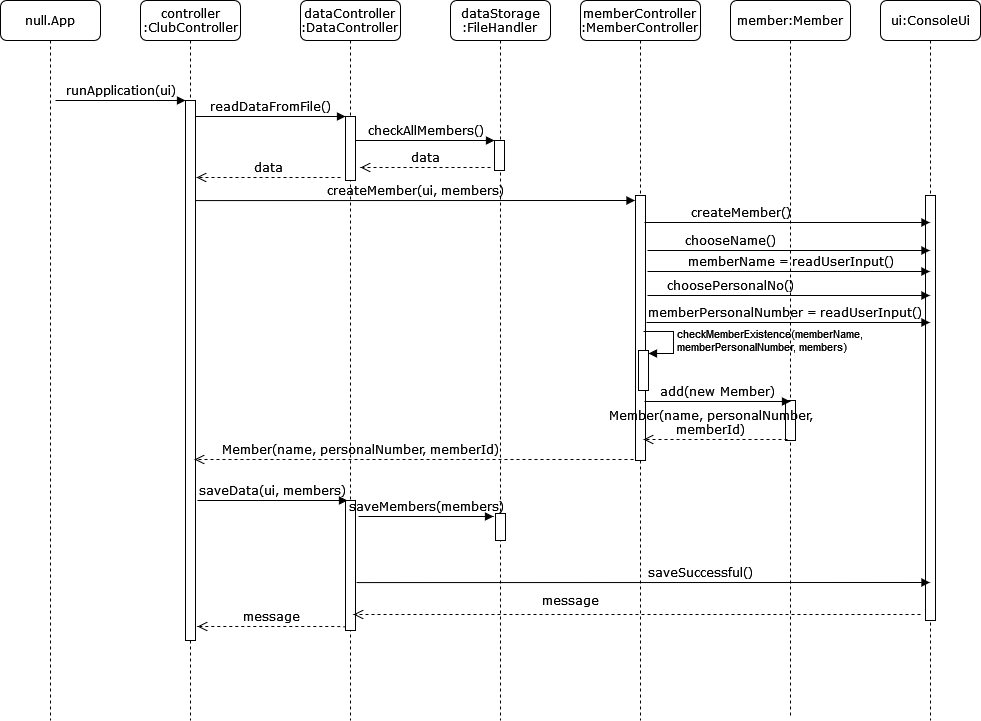
Thanhtran34/MVC-boatclub keeps this draw.io diagram as img/sequence-diagram.png. Above is the earlier version. Source tidied: cells renumbered, new cells last; positions are measured from the earlier drawing's top-left corner, leaving out a move shared by most shapes.
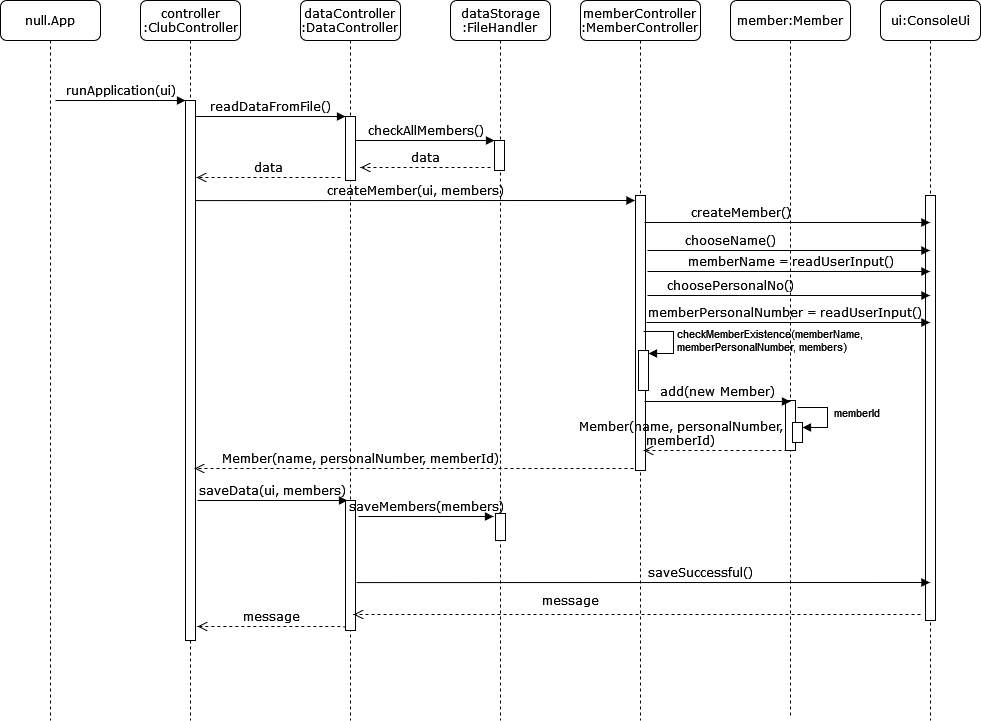
Later version of the same file.

What changed in the source:
```diff
@@ -27,7 +27,7 @@
       <mxGeometry x="580" width="120" height="720" as="geometry" />
     </mxCell>
     <mxCell id="10" style="html=1;perimeter=orthogonalPerimeter;rounded=0;shadow=0;comic=0;labelBackgroundColor=none;strokeWidth=1;fontFamily=Verdana;fontSize=12;align=center;" parent="9" vertex="1">
-      <mxGeometry x="55" y="195" width="10" height="265" as="geometry" />
+      <mxGeometry x="55" y="195" width="10" height="275" as="geometry" />
     </mxCell>
     <mxCell id="11" value="ui:ConsoleUi" style="shape=umlLifeline;perimeter=lifelinePerimeter;whiteSpace=wrap;html=1;outlineConnect=0;rounded=1;shadow=0;comic=0;labelBackgroundColor=none;strokeWidth=1;fontFamily=Verdana;fontSize=12;align=center;" parent="1" vertex="1">
       <mxGeometry x="880" width="100" height="720" as="geometry" />
@@ -55,11 +55,12 @@
         </Array>
       </mxGeometry>
     </mxCell>
-    <mxCell id="16" value="Member(name, personalNumber, memberId)" style="html=1;verticalAlign=bottom;endArrow=open;dashed=1;endSize=8;labelBackgroundColor=none;fontFamily=Verdana;fontSize=12;edgeStyle=elbowEdgeStyle;elbow=vertical;entryX=0.9;entryY=0.665;entryDx=0;entryDy=0;entryPerimeter=0;" parent="1" edge="1" target="3">
+    <mxCell id="16" value="Member(name, personalNumber, memberId)" style="html=1;verticalAlign=bottom;endArrow=open;dashed=1;endSize=8;labelBackgroundColor=none;fontFamily=Verdana;fontSize=12;edgeStyle=elbowEdgeStyle;elbow=vertical;entryX=0.9;entryY=0.665;entryDx=0;entryDy=0;entryPerimeter=0;" parent="1" edge="1">
       <mxGeometry x="0.24" relative="1" as="geometry">
-        <mxPoint x="633" y="459" as="sourcePoint" />
+        <mxPoint x="633" y="468" as="sourcePoint" />
+        <mxPoint x="194" y="468.1" as="targetPoint" />
         <Array as="points">
-          <mxPoint x="473" y="459" />
+          <mxPoint x="473" y="468" />
         </Array>
       </mxGeometry>
     </mxCell>
@@ -169,7 +170,7 @@
       <mxGeometry x="730" width="120" height="718" as="geometry" />
     </mxCell>
     <mxCell id="35" style="html=1;perimeter=orthogonalPerimeter;fontSize=11;" parent="34" vertex="1">
-      <mxGeometry x="55" y="400" width="10" height="40" as="geometry" />
+      <mxGeometry x="55" y="400" width="10" height="50" as="geometry" />
     </mxCell>
     <mxCell id="36" value="add(new Member)" style="html=1;verticalAlign=bottom;endArrow=block;labelBackgroundColor=none;fontFamily=Verdana;fontSize=12;edgeStyle=elbowEdgeStyle;elbow=vertical;" parent="1" edge="1">
       <mxGeometry relative="1" as="geometry">
@@ -178,14 +179,26 @@
       </mxGeometry>
     </mxCell>
     <mxCell id="37" value="&lt;div&gt;Member(name, personalNumber,&lt;/div&gt;&lt;div&gt;memberId)&lt;/div&gt;" style="html=1;verticalAlign=bottom;endArrow=open;dashed=1;endSize=8;labelBackgroundColor=none;fontFamily=Verdana;fontSize=12;edgeStyle=elbowEdgeStyle;elbow=vertical;" parent="1" edge="1">
-      <mxGeometry x="0.07" relative="1" as="geometry">
-        <mxPoint x="787" y="439" as="sourcePoint" />
-        <mxPoint x="643" y="439" as="targetPoint" />
+      <mxGeometry x="0.49" relative="1" as="geometry">
+        <mxPoint x="787" y="450" as="sourcePoint" />
+        <mxPoint x="643" y="450" as="targetPoint" />
         <Array as="points">
-          <mxPoint x="718" y="439" />
-          <mxPoint x="748" y="439" />
+          <mxPoint x="718" y="450" />
+          <mxPoint x="748" y="450" />
         </Array>
       </mxGeometry>
     </mxCell>
+    <mxCell id="38" style="html=1;perimeter=orthogonalPerimeter;fontSize=11;" parent="1" vertex="1">
+      <mxGeometry x="792" y="422" width="10" height="20" as="geometry" />
+    </mxCell>
+    <mxCell id="39" value="memberId" style="edgeStyle=orthogonalEdgeStyle;html=1;align=left;spacingLeft=2;endArrow=block;rounded=0;entryX=1;entryY=0;fontSize=11;" parent="1" edge="1">
+      <mxGeometry x="-0.07" y="3" relative="1" as="geometry">
+        <mxPoint x="797" y="407" as="sourcePoint" />
+        <mxPoint x="802" y="427" as="targetPoint" />
+        <Array as="points">
+          <mxPoint x="827" y="407" />
+        </Array>
+      </mxGeometry>
+    </mxCell>
   </root>
 </mxGraphModel>
```
